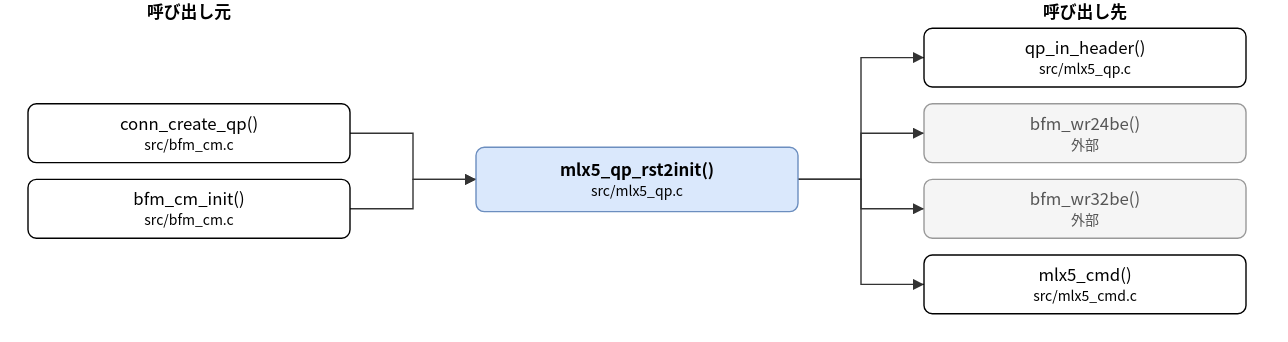
hf355051012-ai/bfmem keeps this draw.io diagram as doc/spec/images/call_src_mlx5_qp__mlx5_qp_rst2init.drawio.svg. Above is the earlier version. Source tidied: cells renumbered, new cells last; positions are measured from the earlier drawing's top-left corner, leaving out a move shared by most shapes. The source it was exported from:
```xml
<mxGraphModel>
  <root>
    <mxCell id="0" />
    <mxCell id="1" parent="0" />
    <mxCell id="2" value="mlx5_qp_rst2init()&lt;br&gt;&lt;font style=&quot;font-size:10px&quot;&gt;src/mlx5_qp.c&lt;/font&gt;" style="rounded=1;whiteSpace=wrap;html=1;fillColor=#dae8fc;strokeColor=#6c8ebf;fontStyle=1;" parent="1" vertex="1">
      <mxGeometry x="320" y="105" width="230" height="46" as="geometry" />
    </mxCell>
    <mxCell id="3" value="conn_create_qp()&lt;br&gt;&lt;font style=&quot;font-size:10px&quot;&gt;src/bfm_cm.c&lt;/font&gt;" style="rounded=1;whiteSpace=wrap;html=1;" parent="1" vertex="1">
      <mxGeometry y="74" width="230" height="42" as="geometry" />
    </mxCell>
    <mxCell id="4" value="bfm_cm_init()&lt;br&gt;&lt;font style=&quot;font-size:10px&quot;&gt;src/bfm_cm.c&lt;/font&gt;" style="rounded=1;whiteSpace=wrap;html=1;" parent="1" vertex="1">
      <mxGeometry y="128" width="230" height="42" as="geometry" />
    </mxCell>
    <mxCell id="5" value="qp_in_header()&lt;br&gt;&lt;font style=&quot;font-size:10px&quot;&gt;src/mlx5_qp.c&lt;/font&gt;" style="rounded=1;whiteSpace=wrap;html=1;" parent="1" vertex="1">
      <mxGeometry x="640" y="20" width="230" height="42" as="geometry" />
    </mxCell>
    <mxCell id="6" value="bfm_wr24be()&lt;br&gt;&lt;font style=&quot;font-size:10px&quot;&gt;外部&lt;/font&gt;" style="rounded=1;whiteSpace=wrap;html=1;fillColor=#f5f5f5;strokeColor=#999999;fontColor=#555555;" parent="1" vertex="1">
      <mxGeometry x="640" y="74" width="230" height="42" as="geometry" />
    </mxCell>
    <mxCell id="7" value="bfm_wr32be()&lt;br&gt;&lt;font style=&quot;font-size:10px&quot;&gt;外部&lt;/font&gt;" style="rounded=1;whiteSpace=wrap;html=1;fillColor=#f5f5f5;strokeColor=#999999;fontColor=#555555;" parent="1" vertex="1">
      <mxGeometry x="640" y="128" width="230" height="42" as="geometry" />
    </mxCell>
    <mxCell id="8" value="mlx5_cmd()&lt;br&gt;&lt;font style=&quot;font-size:10px&quot;&gt;src/mlx5_cmd.c&lt;/font&gt;" style="rounded=1;whiteSpace=wrap;html=1;" parent="1" vertex="1">
      <mxGeometry x="640" y="182" width="230" height="42" as="geometry" />
    </mxCell>
    <mxCell id="9" style="edgeStyle=none;html=1;rounded=0;endArrow=block;endFill=1;exitX=1.0000;exitY=0.5000;exitDx=0;exitDy=0;exitPerimeter=0;entryX=0.0000;entryY=0.5000;entryDx=0;entryDy=0;entryPerimeter=0;" parent="1" edge="1" source="3" target="2">
      <mxGeometry relative="1" as="geometry">
        <Array as="points">
          <mxPoint x="275" y="95" />
          <mxPoint x="275" y="128" />
        </Array>
      </mxGeometry>
    </mxCell>
    <mxCell id="10" style="edgeStyle=none;html=1;rounded=0;endArrow=block;endFill=1;exitX=1.0000;exitY=0.5000;exitDx=0;exitDy=0;exitPerimeter=0;entryX=0.0000;entryY=0.5000;entryDx=0;entryDy=0;entryPerimeter=0;" parent="1" edge="1" source="4" target="2">
      <mxGeometry relative="1" as="geometry">
        <Array as="points">
          <mxPoint x="275" y="149" />
          <mxPoint x="275" y="128" />
        </Array>
      </mxGeometry>
    </mxCell>
    <mxCell id="11" style="edgeStyle=none;html=1;rounded=0;endArrow=block;endFill=1;exitX=1.0000;exitY=0.5000;exitDx=0;exitDy=0;exitPerimeter=0;entryX=0.0000;entryY=0.5000;entryDx=0;entryDy=0;entryPerimeter=0;" parent="1" edge="1" source="2" target="5">
      <mxGeometry relative="1" as="geometry">
        <Array as="points">
          <mxPoint x="595" y="128" />
          <mxPoint x="595" y="41" />
        </Array>
      </mxGeometry>
    </mxCell>
    <mxCell id="12" style="edgeStyle=none;html=1;rounded=0;endArrow=block;endFill=1;exitX=1.0000;exitY=0.5000;exitDx=0;exitDy=0;exitPerimeter=0;entryX=0.0000;entryY=0.5000;entryDx=0;entryDy=0;entryPerimeter=0;" parent="1" edge="1" source="2" target="6">
      <mxGeometry relative="1" as="geometry">
        <Array as="points">
          <mxPoint x="595" y="128" />
          <mxPoint x="595" y="95" />
        </Array>
      </mxGeometry>
    </mxCell>
    <mxCell id="13" style="edgeStyle=none;html=1;rounded=0;endArrow=block;endFill=1;exitX=1.0000;exitY=0.5000;exitDx=0;exitDy=0;exitPerimeter=0;entryX=0.0000;entryY=0.5000;entryDx=0;entryDy=0;entryPerimeter=0;" parent="1" edge="1" source="2" target="7">
      <mxGeometry relative="1" as="geometry">
        <Array as="points">
          <mxPoint x="595" y="128" />
          <mxPoint x="595" y="149" />
        </Array>
      </mxGeometry>
    </mxCell>
    <mxCell id="14" style="edgeStyle=none;html=1;rounded=0;endArrow=block;endFill=1;exitX=1.0000;exitY=0.5000;exitDx=0;exitDy=0;exitPerimeter=0;entryX=0.0000;entryY=0.5000;entryDx=0;entryDy=0;entryPerimeter=0;" parent="1" edge="1" source="2" target="8">
      <mxGeometry relative="1" as="geometry">
        <Array as="points">
          <mxPoint x="595" y="128" />
          <mxPoint x="595" y="203" />
        </Array>
      </mxGeometry>
    </mxCell>
    <mxCell id="15" value="呼び出し元" style="text;html=1;align=center;fontStyle=1;" parent="1" vertex="1">
      <mxGeometry x="35" width="160" height="18" as="geometry" />
    </mxCell>
    <mxCell id="16" value="呼び出し先" style="text;html=1;align=center;fontStyle=1;" parent="1" vertex="1">
      <mxGeometry x="675" width="160" height="18" as="geometry" />
    </mxCell>
  </root>
</mxGraphModel>
```
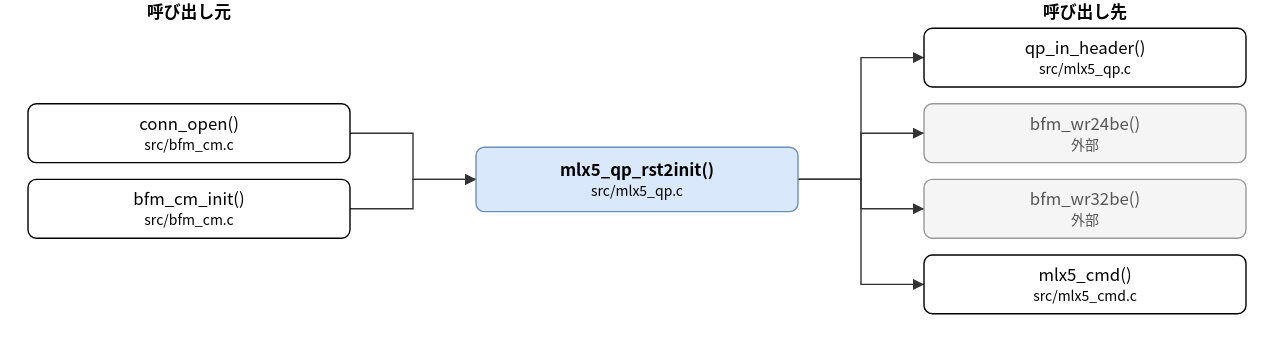
Above is the later version.

Change to the diagram source:
```diff
@@ -5,7 +5,7 @@
     <mxCell id="2" value="mlx5_qp_rst2init()&lt;br&gt;&lt;font style=&quot;font-size:10px&quot;&gt;src/mlx5_qp.c&lt;/font&gt;" style="rounded=1;whiteSpace=wrap;html=1;fillColor=#dae8fc;strokeColor=#6c8ebf;fontStyle=1;" parent="1" vertex="1">
       <mxGeometry x="320" y="105" width="230" height="46" as="geometry" />
     </mxCell>
-    <mxCell id="3" value="conn_create_qp()&lt;br&gt;&lt;font style=&quot;font-size:10px&quot;&gt;src/bfm_cm.c&lt;/font&gt;" style="rounded=1;whiteSpace=wrap;html=1;" parent="1" vertex="1">
+    <mxCell id="3" value="conn_open()&lt;br&gt;&lt;font style=&quot;font-size:10px&quot;&gt;src/bfm_cm.c&lt;/font&gt;" style="rounded=1;whiteSpace=wrap;html=1;" parent="1" vertex="1">
       <mxGeometry y="74" width="230" height="42" as="geometry" />
     </mxCell>
     <mxCell id="4" value="bfm_cm_init()&lt;br&gt;&lt;font style=&quot;font-size:10px&quot;&gt;src/bfm_cm.c&lt;/font&gt;" style="rounded=1;whiteSpace=wrap;html=1;" parent="1" vertex="1">
```
